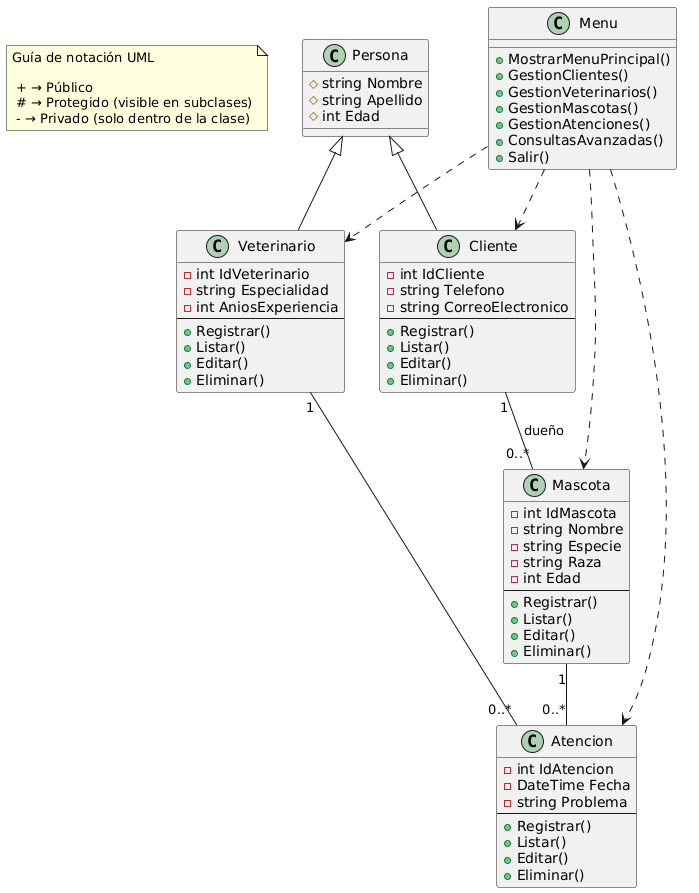
This is RutaAvanzada/Semana3/docs/DiagramaDeClases.png from Moren0k/Riwi_Coder_workouts, a PlantUML export, as it was before one commit. Its diagram source:
```plantuml
@startuml
note "Guía de notación UML\n\n + → Público\n # → Protegido (visible en subclases)\n - → Privado (solo dentro de la clase)" as N1

class Persona {
  # string Nombre
  # string Apellido
  # int Edad
}

class Cliente {
  - int IdCliente
  - string Telefono
  - string CorreoElectronico
  --
  + Registrar()
  + Listar()
  + Editar()
  + Eliminar()
}

class Veterinario {
  - int IdVeterinario
  - string Especialidad
  - int AniosExperiencia
  --
  + Registrar()
  + Listar()
  + Editar()
  + Eliminar()
}

class Mascota {
  - int IdMascota
  - string Nombre
  - string Especie
  - string Raza
  - int Edad
  --
  + Registrar()
  + Listar()
  + Editar()
  + Eliminar()
}

class Atencion {
  - int IdAtencion
  - DateTime Fecha
  - string Problema
  --
  + Registrar()
  + Listar()
  + Editar()
  + Eliminar()
}

class Menu {
  + MostrarMenuPrincipal()
  + GestionClientes()
  + GestionVeterinarios()
  + GestionMascotas()
  + GestionAtenciones()
  + ConsultasAvanzadas()
  + Salir()
}

Persona <|-- Cliente
Persona <|-- Veterinario

Cliente "1" -- "0..*" Mascota : dueño
Mascota "1" -- "0..*" Atencion
Veterinario "1" -- "0..*" Atencion

Menu ..> Cliente
Menu ..> Veterinario
Menu ..> Mascota
Menu ..> Atencion
@enduml
```
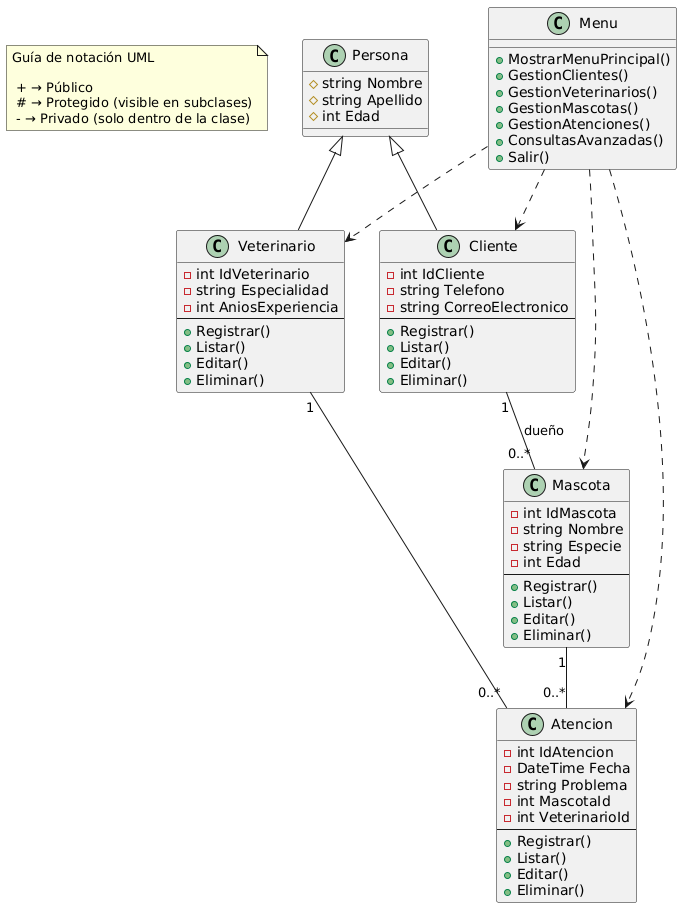
The same file after the commit.

Diff of the diagram source:
```diff
@@ -33,7 +33,6 @@
   - int IdMascota
   - string Nombre
   - string Especie
-  - string Raza
   - int Edad
   --
   + Registrar()
@@ -46,6 +45,8 @@
   - int IdAtencion
   - DateTime Fecha
   - string Problema
+  - int MascotaId
+  - int VeterinarioId
   --
   + Registrar()
   + Listar()
```
